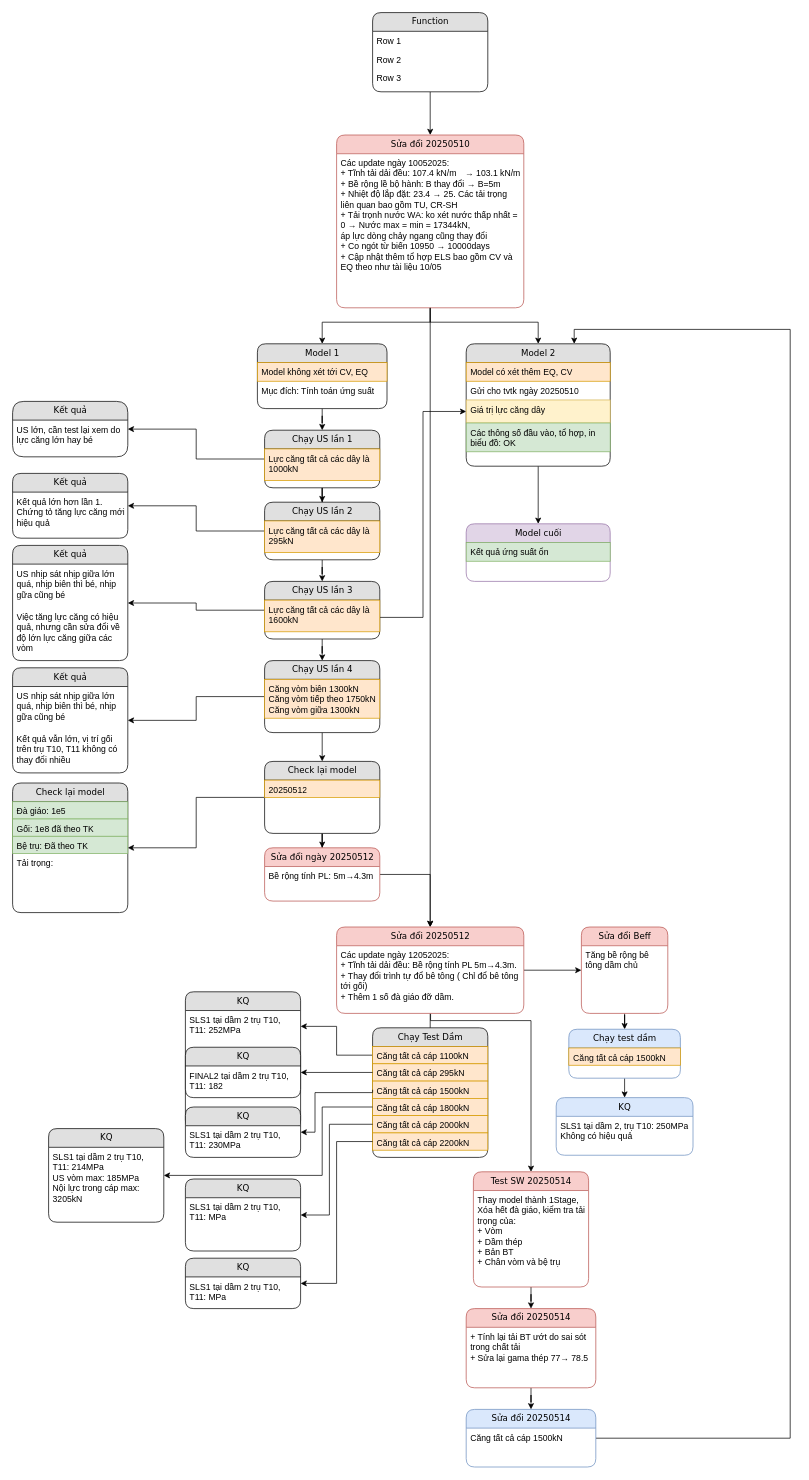
Above: An Dong Br/Process.drawio in nnh92/Home-Works (draw.io), before the change. Source tidied: cells renumbered, new cells numbered last; positions are measured from the earlier drawing's top-left corner, leaving out a move shared by most shapes. Both pictures are drawn from the tidied source at 72%, with x=0, y=0 at pixel (12, 12).
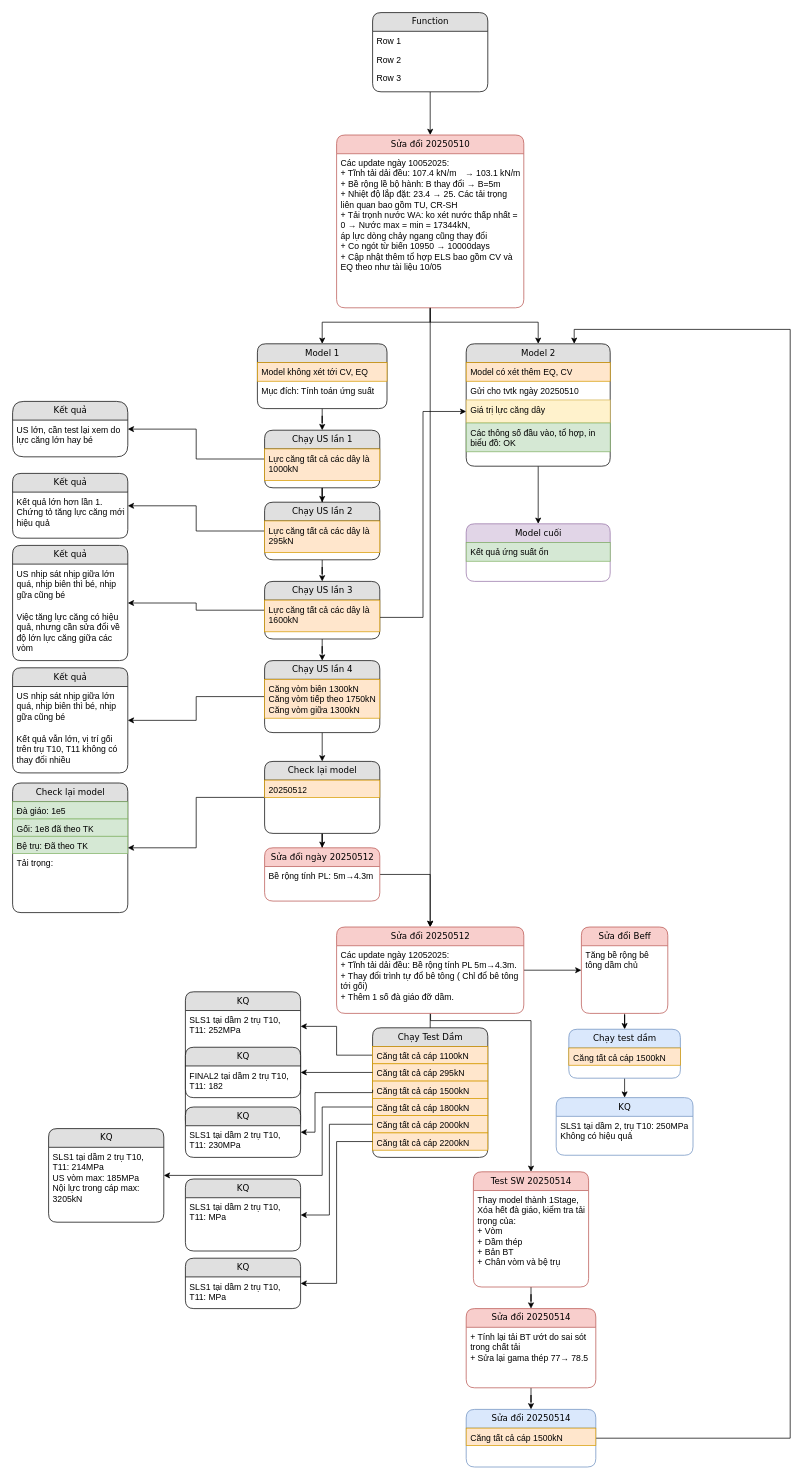
Above is the later version.

Commit message:
Cập nhật Process.drawio

The change refers to these unchanged cells:
```xml
<mxCell id="108" value="Sửa đổi 20250514" style="swimlane;html=1;fontStyle=0;horizontal=1;startSize=26;fillColor=#dae8fc;swimlaneFillColor=#ffffff;align=center;rounded=1;shadow=0;comic=0;labelBackgroundColor=none;strokeWidth=1;fontFamily=Verdana;fontSize=12;strokeColor=#6c8ebf;" parent="1" vertex="1">
  <mxGeometry x="630" y="1940" width="180" height="80" as="geometry" />
</mxCell>
```

The edit, as a diff of the source:
```diff
@@
-    <mxCell id="109" value="Căng tất cả cáp 1500kN" style="text;html=1;strokeColor=none;fillColor=none;spacingLeft=4;spacingRight=4;whiteSpace=wrap;overflow=hidden;" parent="108" vertex="1">
+    <mxCell id="109" value="Căng tất cả cáp 1500kN" style="text;html=1;strokeColor=#d79b00;fillColor=#ffe6cc;spacingLeft=4;spacingRight=4;whiteSpace=wrap;overflow=hidden;" parent="108" vertex="1">
       <mxGeometry y="26" width="180" height="24" as="geometry" />
     </mxCell>
```
